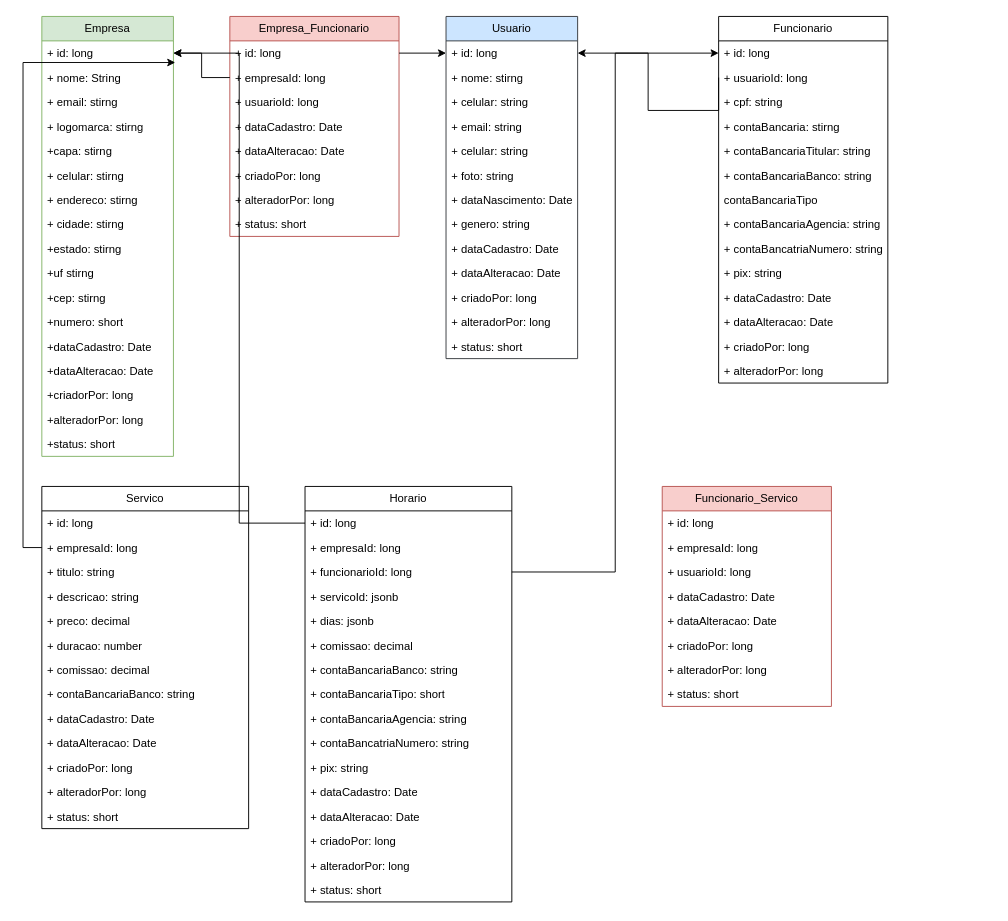
Earlier version of the draw.io diagram Diagrama sem nome.drawio (elsoncosta/GoBarber). Source tidied: cells renumbered, new cells numbered last; positions are measured from the earlier drawing's top-left corner, leaving out a move shared by most shapes. Both pictures are drawn from the tidied source at 94%, with x=0, y=0 at pixel (23, 16).
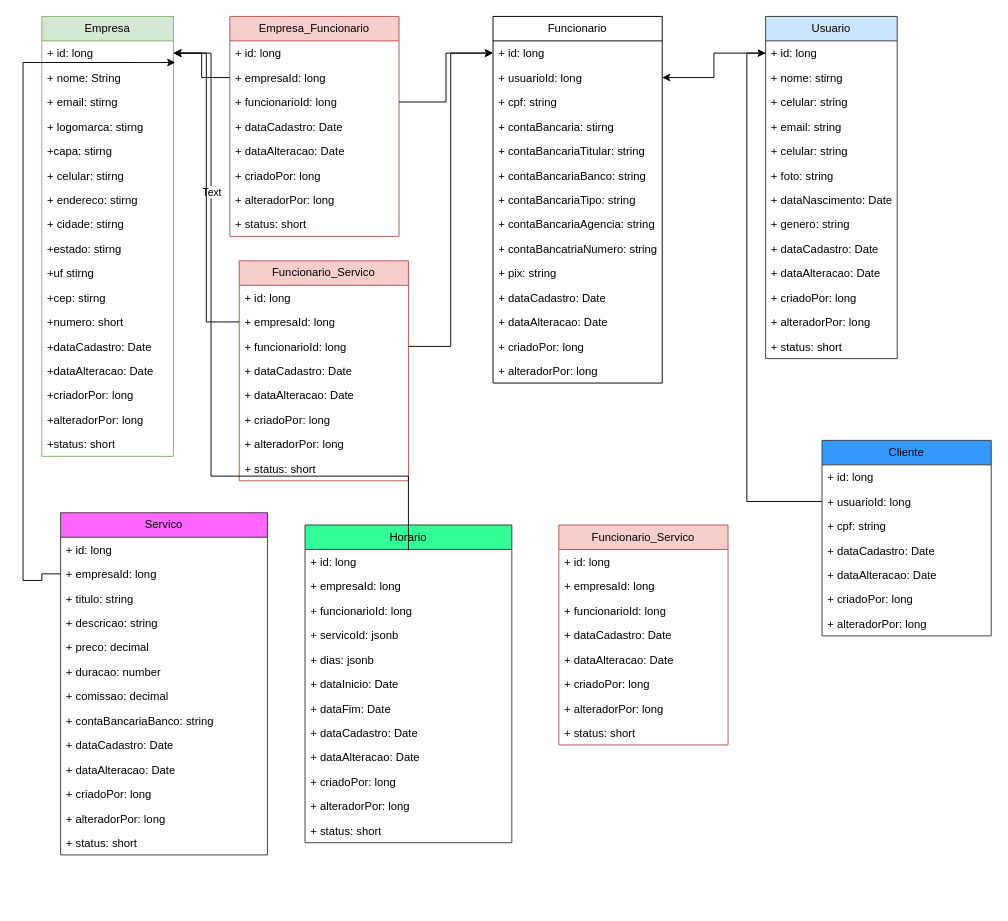
After the change.

The change refers to these unchanged cells:
```xml
<mxCell id="3" value="+ id: long" style="text;strokeColor=none;fillColor=none;align=left;verticalAlign=top;spacingLeft=4;spacingRight=4;overflow=hidden;points=[[0,0.5],[1,0.5]];portConstraint=eastwest;whiteSpace=wrap;html=1;" parent="2" vertex="1">
  <mxGeometry y="26" width="140" height="26" as="geometry" />
</mxCell>
<mxCell id="21" value="+ id: long" style="text;strokeColor=none;fillColor=none;align=left;verticalAlign=top;spacingLeft=4;spacingRight=4;overflow=hidden;points=[[0,0.5],[1,0.5]];portConstraint=eastwest;whiteSpace=wrap;html=1;" parent="20" vertex="1">
  <mxGeometry y="26" width="140" height="26" as="geometry" />
</mxCell>
<mxCell id="35" value="+ id: long" style="text;strokeColor=none;fillColor=none;align=left;verticalAlign=top;spacingLeft=4;spacingRight=4;overflow=hidden;points=[[0,0.5],[1,0.5]];portConstraint=eastwest;whiteSpace=wrap;html=1;" parent="34" vertex="1">
  <mxGeometry y="26" width="180" height="26" as="geometry" />
</mxCell>
<mxCell id="36" value="+ usuarioId: long" style="text;strokeColor=none;fillColor=none;align=left;verticalAlign=top;spacingLeft=4;spacingRight=4;overflow=hidden;points=[[0,0.5],[1,0.5]];portConstraint=eastwest;whiteSpace=wrap;html=1;" parent="34" vertex="1">
  <mxGeometry y="52" width="180" height="26" as="geometry" />
</mxCell>
<mxCell id="52" value="+ empresaId: long" style="text;strokeColor=none;fillColor=none;align=left;verticalAlign=top;spacingLeft=4;spacingRight=4;overflow=hidden;points=[[0,0.5],[1,0.5]];portConstraint=eastwest;whiteSpace=wrap;html=1;" parent="50" vertex="1">
  <mxGeometry y="52" width="220" height="26" as="geometry" />
</mxCell>
<mxCell id="65" value="+ id: long" style="text;strokeColor=none;fillColor=none;align=left;verticalAlign=top;spacingLeft=4;spacingRight=4;overflow=hidden;points=[[0,0.5],[1,0.5]];portConstraint=eastwest;whiteSpace=wrap;html=1;" parent="64" vertex="1">
  <mxGeometry y="26" width="220" height="26" as="geometry" />
</mxCell>
<mxCell id="67" value="+ funcionarioId: long" style="text;strokeColor=none;fillColor=none;align=left;verticalAlign=top;spacingLeft=4;spacingRight=4;overflow=hidden;points=[[0,0.5],[1,0.5]];portConstraint=eastwest;whiteSpace=wrap;html=1;" parent="64" vertex="1">
  <mxGeometry y="78" width="220" height="26" as="geometry" />
</mxCell>
<mxCell id="81" value="Empresa_Funcionario" style="swimlane;fontStyle=0;horizontal=1;startSize=26;fillColor=#f8cecc;whiteSpace=wrap;html=1;strokeColor=#b85450;" parent="1" vertex="1">
  <mxGeometry x="220" width="180" height="234" as="geometry" />
</mxCell>
<mxCell id="82" value="+ id: long" style="text;strokeColor=none;fillColor=none;align=left;verticalAlign=top;spacingLeft=4;spacingRight=4;overflow=hidden;points=[[0,0.5],[1,0.5]];portConstraint=eastwest;whiteSpace=wrap;html=1;" parent="81" vertex="1">
  <mxGeometry y="26" width="180" height="26" as="geometry" />
</mxCell>
<mxCell id="94" value="+ empresaId: long" style="text;strokeColor=none;fillColor=none;align=left;verticalAlign=top;spacingLeft=4;spacingRight=4;overflow=hidden;points=[[0,0.5],[1,0.5]];portConstraint=eastwest;whiteSpace=wrap;html=1;" parent="92" vertex="1">
  <mxGeometry y="52" width="180" height="26" as="geometry" />
</mxCell>
```

Diff of the diagram source:
```diff
@@
     <mxCell id="20" value="Usuario" style="swimlane;fontStyle=0;horizontal=1;startSize=26;fillColor=#cce5ff;whiteSpace=wrap;html=1;strokeColor=#36393d;" parent="1" vertex="1">
-      <mxGeometry x="450" width="140" height="364" as="geometry" />
+      <mxGeometry x="790" width="140" height="364" as="geometry" />
     </mxCell>
@@
     <mxCell id="34" value="Funcionario" style="swimlane;fontStyle=0;horizontal=1;startSize=26;fillColor=none;whiteSpace=wrap;html=1;" parent="1" vertex="1">
-      <mxGeometry x="740" width="180" height="390" as="geometry" />
+      <mxGeometry x="500" width="180" height="390" as="geometry" />
     </mxCell>
@@
-    <mxCell id="41" value="contaBancariaTipo" style="text;strokeColor=none;fillColor=none;align=left;verticalAlign=top;spacingLeft=4;spacingRight=4;overflow=hidden;whiteSpace=wrap;html=1;" parent="34" vertex="1">
+    <mxCell id="41" value="+ contaBancariaTipo: string" style="text;strokeColor=none;fillColor=none;align=left;verticalAlign=top;spacingLeft=4;spacingRight=4;overflow=hidden;whiteSpace=wrap;html=1;" parent="34" vertex="1">
       <mxGeometry y="182" width="180" height="26" as="geometry" />
     </mxCell>
@@
-    <mxCell id="49" style="edgeStyle=orthogonalEdgeStyle;rounded=0;jettySize=auto;html=1;exitX=0;exitY=0.5;exitDx=0;exitDy=0;entryX=1;entryY=0.5;entryDx=0;entryDy=0;" parent="1" edge="1" source="36" target="21">
-      <mxGeometry relative="1" as="geometry">
-        <Array as="points">
-          <mxPoint x="740" y="100" />
-          <mxPoint x="665" y="100" />
-          <mxPoint x="665" y="39" />
-        </Array>
-      </mxGeometry>
-    </mxCell>
-    <mxCell id="50" value="Servico" style="swimlane;fontStyle=0;horizontal=1;startSize=26;fillColor=none;whiteSpace=wrap;html=1;" parent="1" vertex="1">
-      <mxGeometry x="20" y="500" width="220" height="364" as="geometry" />
+    <mxCell id="50" value="Servico" style="swimlane;fontStyle=0;horizontal=1;startSize=26;fillColor=#FF66FF;whiteSpace=wrap;html=1;strokeColor=#36393d;" parent="1" vertex="1">
+      <mxGeometry x="40" y="528" width="220" height="364" as="geometry" />
     </mxCell>
@@
-    <mxCell id="64" value="Horario" style="swimlane;fontStyle=0;horizontal=1;startSize=26;fillColor=none;whiteSpace=wrap;html=1;" parent="1" vertex="1">
-      <mxGeometry x="300" y="500" width="220" height="442" as="geometry" />
+    <mxCell id="64" value="Horario" style="swimlane;fontStyle=0;horizontal=1;startSize=26;fillColor=#33FF99;whiteSpace=wrap;html=1;strokeColor=#36393d;" parent="1" vertex="1">
+      <mxGeometry x="300" y="541" width="220" height="338" as="geometry" />
     </mxCell>
@@
-    <mxCell id="70" value="+ comissao: decimal" style="text;strokeColor=none;fillColor=none;align=left;verticalAlign=top;spacingLeft=4;spacingRight=4;overflow=hidden;whiteSpace=wrap;html=1;" parent="64" vertex="1">
-      <mxGeometry y="156" width="220" height="26" as="geometry" />
-    </mxCell>
-    <mxCell id="71" value="+ contaBancariaBanco: string" style="text;strokeColor=none;fillColor=none;align=left;verticalAlign=top;spacingLeft=4;spacingRight=4;overflow=hidden;whiteSpace=wrap;html=1;" parent="64" vertex="1">
-      <mxGeometry y="182" width="220" height="26" as="geometry" />
-    </mxCell>
-    <mxCell id="72" value="+ contaBancariaTipo: short" style="text;strokeColor=none;fillColor=none;align=left;verticalAlign=top;spacingLeft=4;spacingRight=4;overflow=hidden;whiteSpace=wrap;html=1;" parent="64" vertex="1">
-      <mxGeometry y="208" width="220" height="26" as="geometry" />
-    </mxCell>
-    <mxCell id="73" value="+ contaBancariaAgencia: string" style="text;strokeColor=none;fillColor=none;align=left;verticalAlign=top;spacingLeft=4;spacingRight=4;overflow=hidden;whiteSpace=wrap;html=1;" parent="64" vertex="1">
-      <mxGeometry y="234" width="220" height="26" as="geometry" />
-    </mxCell>
-    <mxCell id="74" value="+ contaBancatriaNumero: string" style="text;strokeColor=none;fillColor=none;align=left;verticalAlign=top;spacingLeft=4;spacingRight=4;overflow=hidden;whiteSpace=wrap;html=1;" parent="64" vertex="1">
-      <mxGeometry y="260" width="220" height="26" as="geometry" />
+    <mxCell id="74" value="+ dataInicio: Date" style="text;strokeColor=none;fillColor=none;align=left;verticalAlign=top;spacingLeft=4;spacingRight=4;overflow=hidden;whiteSpace=wrap;html=1;" parent="64" vertex="1">
+      <mxGeometry y="156" width="220" height="26" as="geometry" />
     </mxCell>
-    <mxCell id="75" value="+ pix: string" style="text;strokeColor=none;fillColor=none;align=left;verticalAlign=top;spacingLeft=4;spacingRight=4;overflow=hidden;whiteSpace=wrap;html=1;" parent="64" vertex="1">
-      <mxGeometry y="286" width="220" height="26" as="geometry" />
+    <mxCell id="75" value="+ dataFim: Date" style="text;strokeColor=none;fillColor=none;align=left;verticalAlign=top;spacingLeft=4;spacingRight=4;overflow=hidden;whiteSpace=wrap;html=1;" parent="64" vertex="1">
+      <mxGeometry y="182" width="220" height="26" as="geometry" />
     </mxCell>
     <mxCell id="76" value="+ dataCadastro: Date" style="text;strokeColor=none;fillColor=none;align=left;verticalAlign=top;spacingLeft=4;spacingRight=4;overflow=hidden;whiteSpace=wrap;html=1;" parent="64" vertex="1">
-      <mxGeometry y="312" width="220" height="26" as="geometry" />
+      <mxGeometry y="208" width="220" height="26" as="geometry" />
     </mxCell>
     <mxCell id="77" value="+ dataAlteracao: Date" style="text;strokeColor=none;fillColor=none;align=left;verticalAlign=top;spacingLeft=4;spacingRight=4;overflow=hidden;whiteSpace=wrap;html=1;" parent="64" vertex="1">
-      <mxGeometry y="338" width="220" height="26" as="geometry" />
+      <mxGeometry y="234" width="220" height="26" as="geometry" />
     </mxCell>
     <mxCell id="78" value="+ criadoPor: long" style="text;strokeColor=none;fillColor=none;align=left;verticalAlign=top;spacingLeft=4;spacingRight=4;overflow=hidden;whiteSpace=wrap;html=1;" parent="64" vertex="1">
-      <mxGeometry y="364" width="220" height="26" as="geometry" />
+      <mxGeometry y="260" width="220" height="26" as="geometry" />
     </mxCell>
     <mxCell id="79" value="+ alteradorPor: long" style="text;strokeColor=none;fillColor=none;align=left;verticalAlign=top;spacingLeft=4;spacingRight=4;overflow=hidden;whiteSpace=wrap;html=1;" parent="64" vertex="1">
-      <mxGeometry y="390" width="220" height="26" as="geometry" />
+      <mxGeometry y="286" width="220" height="26" as="geometry" />
     </mxCell>
     <mxCell id="80" value="+ status: short" style="text;strokeColor=none;fillColor=none;align=left;verticalAlign=top;spacingLeft=4;spacingRight=4;overflow=hidden;whiteSpace=wrap;html=1;" parent="64" vertex="1">
-      <mxGeometry y="416" width="220" height="26" as="geometry" />
+      <mxGeometry y="312" width="220" height="26" as="geometry" />
     </mxCell>
@@
-    <mxCell id="84" value="+ usuarioId: long" style="text;strokeColor=none;fillColor=none;align=left;verticalAlign=top;spacingLeft=4;spacingRight=4;overflow=hidden;points=[[0,0.5],[1,0.5]];portConstraint=eastwest;whiteSpace=wrap;html=1;" parent="81" vertex="1">
+    <mxCell id="84" value="+ funcionarioId: long" style="text;strokeColor=none;fillColor=none;align=left;verticalAlign=top;spacingLeft=4;spacingRight=4;overflow=hidden;points=[[0,0.5],[1,0.5]];portConstraint=eastwest;whiteSpace=wrap;html=1;" parent="81" vertex="1">
       <mxGeometry y="78" width="180" height="26" as="geometry" />
     </mxCell>
@@
-    <mxCell id="91" style="edgeStyle=orthogonalEdgeStyle;rounded=0;jettySize=auto;html=1;" parent="1" edge="1" source="82" target="21">
-      <mxGeometry relative="1" as="geometry" />
-    </mxCell>
     <mxCell id="92" value="Funcionario_Servico" style="swimlane;fontStyle=0;horizontal=1;startSize=26;fillColor=#f8cecc;whiteSpace=wrap;html=1;strokeColor=#b85450;" parent="1" vertex="1">
-      <mxGeometry x="680" y="500" width="180" height="234" as="geometry" />
+      <mxGeometry x="230" y="260" width="180" height="234" as="geometry" />
     </mxCell>
@@
-    <mxCell id="95" value="+ usuarioId: long" style="text;strokeColor=none;fillColor=none;align=left;verticalAlign=top;spacingLeft=4;spacingRight=4;overflow=hidden;points=[[0,0.5],[1,0.5]];portConstraint=eastwest;whiteSpace=wrap;html=1;" parent="92" vertex="1">
+    <mxCell id="95" value="+ funcionarioId: long" style="text;strokeColor=none;fillColor=none;align=left;verticalAlign=top;spacingLeft=4;spacingRight=4;overflow=hidden;points=[[0,0.5],[1,0.5]];portConstraint=eastwest;whiteSpace=wrap;html=1;" parent="92" vertex="1">
       <mxGeometry y="78" width="180" height="26" as="geometry" />
     </mxCell>
@@
     <mxCell id="101" style="edgeStyle=orthogonalEdgeStyle;rounded=0;jettySize=auto;html=1;entryX=1.014;entryY=0.885;entryDx=0;entryDy=0;entryPerimeter=0;" parent="1" edge="1" source="52" target="3">
       <mxGeometry relative="1" as="geometry">
         <Array as="points">
-          <mxPoint y="565" />
+          <mxPoint x="20" y="593" />
+          <mxPoint x="20" y="600" />
+          <mxPoint y="600" />
           <mxPoint y="49" />
         </Array>
       </mxGeometry>
     </mxCell>
     <mxCell id="102" style="edgeStyle=orthogonalEdgeStyle;rounded=0;jettySize=auto;html=1;" parent="1" edge="1" source="65" target="3">
-      <mxGeometry relative="1" as="geometry" />
+      <mxGeometry relative="1" as="geometry">
+        <Array as="points">
+          <mxPoint x="200" y="489" />
+          <mxPoint x="200" y="39" />
+        </Array>
+      </mxGeometry>
     </mxCell>
-    <mxCell id="103" style="edgeStyle=orthogonalEdgeStyle;rounded=0;jettySize=auto;html=1;" parent="1" edge="1" source="67" target="35">
-      <mxGeometry relative="1" as="geometry" />
-    </mxCell>
+    <mxCell id="104" value="Text" style="edgeLabel;html=1;align=center;verticalAlign=middle;" parent="102" vertex="1">
+      <mxGeometry x="0.52" relative="1" as="geometry" />
+    </mxCell>
+    <mxCell id="105" style="edgeStyle=orthogonalEdgeStyle;rounded=0;jettySize=auto;html=1;" parent="1" edge="1" source="84" target="35">
+      <mxGeometry relative="1" as="geometry" />
+    </mxCell>
+    <mxCell id="106" style="edgeStyle=orthogonalEdgeStyle;rounded=0;jettySize=auto;html=1;" parent="1" edge="1" source="21" target="36">
+      <mxGeometry relative="1" as="geometry" />
+    </mxCell>
+    <mxCell id="107" style="edgeStyle=orthogonalEdgeStyle;rounded=0;jettySize=auto;html=1;" parent="1" edge="1" source="94" target="3">
+      <mxGeometry relative="1" as="geometry" />
+    </mxCell>
+    <mxCell id="108" style="edgeStyle=orthogonalEdgeStyle;rounded=0;jettySize=auto;html=1;" parent="1" edge="1" source="95" target="35">
+      <mxGeometry relative="1" as="geometry" />
+    </mxCell>
+    <mxCell id="109" value="Cliente" style="swimlane;fontStyle=0;horizontal=1;startSize=26;fillColor=#3399FF;whiteSpace=wrap;html=1;strokeColor=#36393d;" parent="1" vertex="1">
+      <mxGeometry x="850" y="451" width="180" height="208" as="geometry" />
+    </mxCell>
+    <mxCell id="110" value="+ id: long" style="text;strokeColor=none;fillColor=none;align=left;verticalAlign=top;spacingLeft=4;spacingRight=4;overflow=hidden;whiteSpace=wrap;html=1;" parent="109" vertex="1">
+      <mxGeometry y="26" width="180" height="26" as="geometry" />
+    </mxCell>
+    <mxCell id="111" value="+ usuarioId: long" style="text;strokeColor=none;fillColor=none;align=left;verticalAlign=top;spacingLeft=4;spacingRight=4;overflow=hidden;points=[[0,0.5],[1,0.5]];portConstraint=eastwest;whiteSpace=wrap;html=1;" parent="109" vertex="1">
+      <mxGeometry y="52" width="180" height="26" as="geometry" />
+    </mxCell>
+    <mxCell id="112" value="+ cpf: string" style="text;strokeColor=none;fillColor=none;align=left;verticalAlign=top;spacingLeft=4;spacingRight=4;overflow=hidden;whiteSpace=wrap;html=1;" parent="109" vertex="1">
+      <mxGeometry y="78" width="180" height="26" as="geometry" />
+    </mxCell>
+    <mxCell id="113" value="+ dataCadastro: Date" style="text;strokeColor=none;fillColor=none;align=left;verticalAlign=top;spacingLeft=4;spacingRight=4;overflow=hidden;whiteSpace=wrap;html=1;" parent="109" vertex="1">
+      <mxGeometry y="104" width="180" height="26" as="geometry" />
+    </mxCell>
+    <mxCell id="114" value="+ dataAlteracao: Date" style="text;strokeColor=none;fillColor=none;align=left;verticalAlign=top;spacingLeft=4;spacingRight=4;overflow=hidden;whiteSpace=wrap;html=1;" parent="109" vertex="1">
+      <mxGeometry y="130" width="180" height="26" as="geometry" />
+    </mxCell>
+    <mxCell id="115" value="+ criadoPor: long" style="text;strokeColor=none;fillColor=none;align=left;verticalAlign=top;spacingLeft=4;spacingRight=4;overflow=hidden;whiteSpace=wrap;html=1;" parent="109" vertex="1">
+      <mxGeometry y="156" width="180" height="26" as="geometry" />
+    </mxCell>
+    <mxCell id="116" value="+ alteradorPor: long" style="text;strokeColor=none;fillColor=none;align=left;verticalAlign=top;spacingLeft=4;spacingRight=4;overflow=hidden;whiteSpace=wrap;html=1;" parent="109" vertex="1">
+      <mxGeometry y="182" width="180" height="26" as="geometry" />
+    </mxCell>
+    <mxCell id="117" style="edgeStyle=orthogonalEdgeStyle;rounded=0;jettySize=auto;html=1;entryX=0;entryY=0.5;entryDx=0;entryDy=0;" parent="1" edge="1" source="111" target="21">
+      <mxGeometry relative="1" as="geometry" />
+    </mxCell>
+    <mxCell id="118" value="Funcionario_Servico" style="swimlane;fontStyle=0;horizontal=1;startSize=26;fillColor=#f8cecc;whiteSpace=wrap;html=1;strokeColor=#b85450;" parent="1" vertex="1">
+      <mxGeometry x="570" y="541" width="180" height="234" as="geometry" />
+    </mxCell>
+    <mxCell id="119" value="+ id: long" style="text;strokeColor=none;fillColor=none;align=left;verticalAlign=top;spacingLeft=4;spacingRight=4;overflow=hidden;whiteSpace=wrap;html=1;" parent="118" vertex="1">
+      <mxGeometry y="26" width="180" height="26" as="geometry" />
+    </mxCell>
+    <mxCell id="120" value="+ empresaId: long" style="text;strokeColor=none;fillColor=none;align=left;verticalAlign=top;spacingLeft=4;spacingRight=4;overflow=hidden;whiteSpace=wrap;html=1;" parent="118" vertex="1">
+      <mxGeometry y="52" width="180" height="26" as="geometry" />
+    </mxCell>
+    <mxCell id="121" value="+ funcionarioId: long" style="text;strokeColor=none;fillColor=none;align=left;verticalAlign=top;spacingLeft=4;spacingRight=4;overflow=hidden;whiteSpace=wrap;html=1;" parent="118" vertex="1">
+      <mxGeometry y="78" width="180" height="26" as="geometry" />
+    </mxCell>
+    <mxCell id="122" value="+ dataCadastro: Date" style="text;strokeColor=none;fillColor=none;align=left;verticalAlign=top;spacingLeft=4;spacingRight=4;overflow=hidden;whiteSpace=wrap;html=1;" parent="118" vertex="1">
+      <mxGeometry y="104" width="180" height="26" as="geometry" />
+    </mxCell>
+    <mxCell id="123" value="+ dataAlteracao: Date" style="text;strokeColor=none;fillColor=none;align=left;verticalAlign=top;spacingLeft=4;spacingRight=4;overflow=hidden;whiteSpace=wrap;html=1;" parent="118" vertex="1">
+      <mxGeometry y="130" width="180" height="26" as="geometry" />
+    </mxCell>
+    <mxCell id="124" value="+ criadoPor: long" style="text;strokeColor=none;fillColor=none;align=left;verticalAlign=top;spacingLeft=4;spacingRight=4;overflow=hidden;whiteSpace=wrap;html=1;" parent="118" vertex="1">
+      <mxGeometry y="156" width="180" height="26" as="geometry" />
+    </mxCell>
+    <mxCell id="125" value="+ alteradorPor: long" style="text;strokeColor=none;fillColor=none;align=left;verticalAlign=top;spacingLeft=4;spacingRight=4;overflow=hidden;whiteSpace=wrap;html=1;" parent="118" vertex="1">
+      <mxGeometry y="182" width="180" height="26" as="geometry" />
+    </mxCell>
+    <mxCell id="126" value="+ status: short" style="text;strokeColor=none;fillColor=none;align=left;verticalAlign=top;spacingLeft=4;spacingRight=4;overflow=hidden;whiteSpace=wrap;html=1;" parent="118" vertex="1">
+      <mxGeometry y="208" width="180" height="26" as="geometry" />
+    </mxCell>
```
